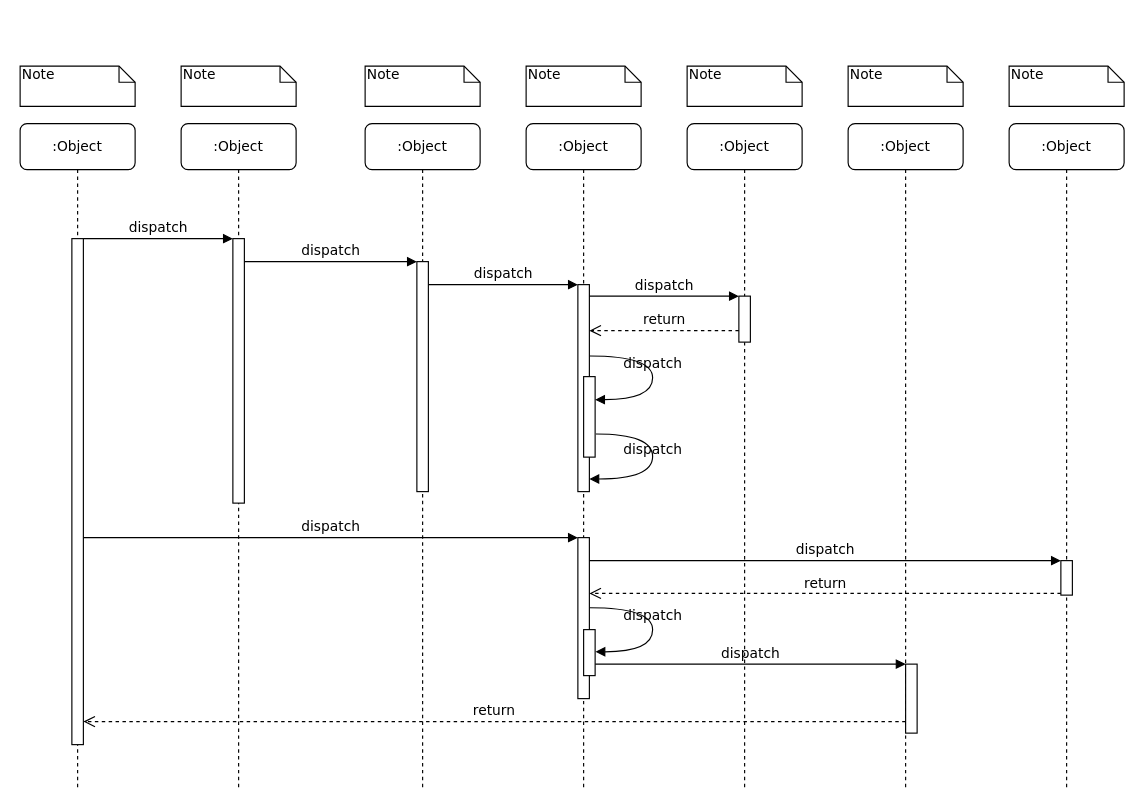
This is page "uml-sequence-diagram" (2 of 2) of sura-ai-document-classification.drawio from rmontecinocleverit/clever-diagrams, a draw.io file, before an edit. Source tidied: cells renumbered, new cells numbered last; positions are measured from the earlier drawing's top-left corner, leaving out a move shared by most shapes. Both pictures are drawn from the tidied source at 115%, with x=0, y=0 at pixel (20, 66).
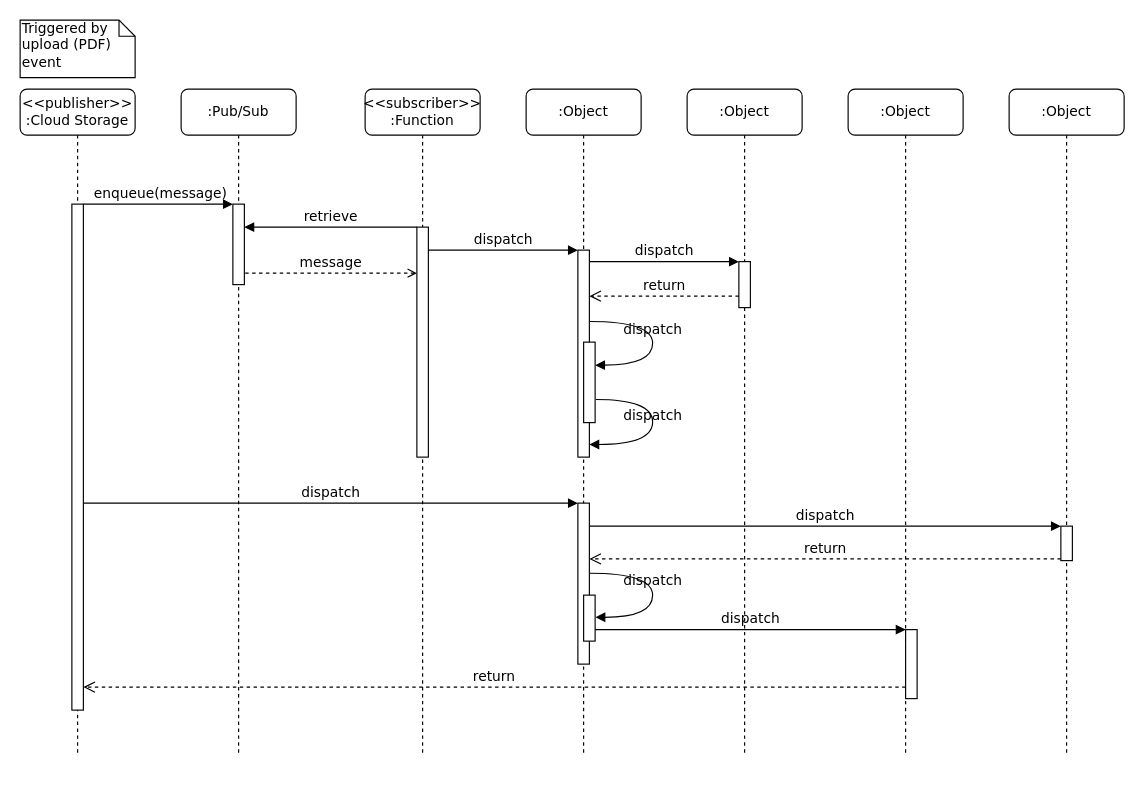
The same page after the edit.

What changed in the source:
```diff
@@
-    <mxCell id="2" value=":Object" style="shape=umlLifeline;perimeter=lifelinePerimeter;whiteSpace=wrap;html=1;rounded=1;shadow=0;comic=0;labelBackgroundColor=none;strokeWidth=1;fontFamily=Verdana;fontSize=12;align=center;" parent="1" vertex="1">
-      <mxGeometry x="140" y="50" width="100" height="580" as="geometry" />
-    </mxCell>
-    <mxCell id="3" style="html=1;points=[];perimeter=orthogonalPerimeter;rounded=0;shadow=0;comic=0;labelBackgroundColor=none;strokeWidth=1;fontFamily=Verdana;fontSize=12;align=center;" parent="2" vertex="1">
-      <mxGeometry x="45" y="100" width="10" height="230" as="geometry" />
-    </mxCell>
-    <mxCell id="4" value=":Object" style="shape=umlLifeline;perimeter=lifelinePerimeter;whiteSpace=wrap;html=1;rounded=1;shadow=0;comic=0;labelBackgroundColor=none;strokeWidth=1;fontFamily=Verdana;fontSize=12;align=center;" parent="1" vertex="1">
-      <mxGeometry x="300" y="50" width="100" height="580" as="geometry" />
-    </mxCell>
+    <mxCell id="39" value=":Pub/Sub" style="shape=umlLifeline;perimeter=lifelinePerimeter;whiteSpace=wrap;html=1;rounded=1;shadow=0;comic=0;labelBackgroundColor=none;strokeWidth=1;fontFamily=Verdana;fontSize=12;align=center;" parent="1" vertex="1">
+      <mxGeometry x="140" y="20" width="100" height="580" as="geometry" />
+    </mxCell>
+    <mxCell id="40" style="html=1;points=[];perimeter=orthogonalPerimeter;rounded=0;shadow=0;comic=0;labelBackgroundColor=none;strokeWidth=1;fontFamily=Verdana;fontSize=12;align=center;" parent="39" vertex="1">
+      <mxGeometry x="45" y="100" width="10" height="70" as="geometry" />
+    </mxCell>
+    <mxCell id="41" value="&amp;lt;&amp;lt;subscriber&amp;gt;&amp;gt;&lt;br&gt;:Function" style="shape=umlLifeline;perimeter=lifelinePerimeter;whiteSpace=wrap;html=1;rounded=1;shadow=0;comic=0;labelBackgroundColor=none;strokeWidth=1;fontFamily=Verdana;fontSize=12;align=center;" parent="1" vertex="1">
+      <mxGeometry x="300" y="20" width="100" height="580" as="geometry" />
+    </mxCell>
-    <mxCell id="5" style="html=1;points=[];perimeter=orthogonalPerimeter;rounded=0;shadow=0;comic=0;labelBackgroundColor=none;strokeWidth=1;fontFamily=Verdana;fontSize=12;align=center;" parent="4" vertex="1">
+    <mxCell id="5" style="html=1;points=[];perimeter=orthogonalPerimeter;rounded=0;shadow=0;comic=0;labelBackgroundColor=none;strokeWidth=1;fontFamily=Verdana;fontSize=12;align=center;" parent="41" vertex="1">
       <mxGeometry x="45" y="120" width="10" height="200" as="geometry" />
     </mxCell>
-    <mxCell id="6" value=":Object" style="shape=umlLifeline;perimeter=lifelinePerimeter;whiteSpace=wrap;html=1;rounded=1;shadow=0;comic=0;labelBackgroundColor=none;strokeWidth=1;fontFamily=Verdana;fontSize=12;align=center;" parent="1" vertex="1">
-      <mxGeometry x="440" y="50" width="100" height="580" as="geometry" />
-    </mxCell>
-    <mxCell id="7" value=":Object" style="shape=umlLifeline;perimeter=lifelinePerimeter;whiteSpace=wrap;html=1;rounded=1;shadow=0;comic=0;labelBackgroundColor=none;strokeWidth=1;fontFamily=Verdana;fontSize=12;align=center;" parent="1" vertex="1">
-      <mxGeometry x="580" y="50" width="100" height="580" as="geometry" />
-    </mxCell>
-    <mxCell id="8" value=":Object" style="shape=umlLifeline;perimeter=lifelinePerimeter;whiteSpace=wrap;html=1;rounded=1;shadow=0;comic=0;labelBackgroundColor=none;strokeWidth=1;fontFamily=Verdana;fontSize=12;align=center;" parent="1" vertex="1">
-      <mxGeometry x="720" y="50" width="100" height="580" as="geometry" />
-    </mxCell>
-    <mxCell id="9" value=":Object" style="shape=umlLifeline;perimeter=lifelinePerimeter;whiteSpace=wrap;html=1;rounded=1;shadow=0;comic=0;labelBackgroundColor=none;strokeWidth=1;fontFamily=Verdana;fontSize=12;align=center;" parent="1" vertex="1">
-      <mxGeometry x="860" y="50" width="100" height="580" as="geometry" />
-    </mxCell>
-    <mxCell id="10" value=":Object" style="shape=umlLifeline;perimeter=lifelinePerimeter;whiteSpace=wrap;html=1;rounded=1;shadow=0;comic=0;labelBackgroundColor=none;strokeWidth=1;fontFamily=Verdana;fontSize=12;align=center;" parent="1" vertex="1">
-      <mxGeometry y="50" width="100" height="580" as="geometry" />
-    </mxCell>
+    <mxCell id="42" value=":Object" style="shape=umlLifeline;perimeter=lifelinePerimeter;whiteSpace=wrap;html=1;rounded=1;shadow=0;comic=0;labelBackgroundColor=none;strokeWidth=1;fontFamily=Verdana;fontSize=12;align=center;" parent="1" vertex="1">
+      <mxGeometry x="440" y="20" width="100" height="580" as="geometry" />
+    </mxCell>
+    <mxCell id="43" value=":Object" style="shape=umlLifeline;perimeter=lifelinePerimeter;whiteSpace=wrap;html=1;rounded=1;shadow=0;comic=0;labelBackgroundColor=none;strokeWidth=1;fontFamily=Verdana;fontSize=12;align=center;" parent="1" vertex="1">
+      <mxGeometry x="580" y="20" width="100" height="580" as="geometry" />
+    </mxCell>
+    <mxCell id="44" value=":Object" style="shape=umlLifeline;perimeter=lifelinePerimeter;whiteSpace=wrap;html=1;rounded=1;shadow=0;comic=0;labelBackgroundColor=none;strokeWidth=1;fontFamily=Verdana;fontSize=12;align=center;" parent="1" vertex="1">
+      <mxGeometry x="720" y="20" width="100" height="580" as="geometry" />
+    </mxCell>
+    <mxCell id="45" value=":Object" style="shape=umlLifeline;perimeter=lifelinePerimeter;whiteSpace=wrap;html=1;rounded=1;shadow=0;comic=0;labelBackgroundColor=none;strokeWidth=1;fontFamily=Verdana;fontSize=12;align=center;" parent="1" vertex="1">
+      <mxGeometry x="860" y="20" width="100" height="580" as="geometry" />
+    </mxCell>
+    <mxCell id="46" value="&amp;lt;&amp;lt;publisher&amp;gt;&amp;gt;&lt;br&gt;:Cloud Storage" style="shape=umlLifeline;perimeter=lifelinePerimeter;whiteSpace=wrap;html=1;rounded=1;shadow=0;comic=0;labelBackgroundColor=none;strokeWidth=1;fontFamily=Verdana;fontSize=12;align=center;" parent="1" vertex="1">
+      <mxGeometry y="20" width="100" height="580" as="geometry" />
+    </mxCell>
-    <mxCell id="11" style="html=1;points=[];perimeter=orthogonalPerimeter;rounded=0;shadow=0;comic=0;labelBackgroundColor=none;strokeWidth=1;fontFamily=Verdana;fontSize=12;align=center;" parent="10" vertex="1">
+    <mxCell id="11" style="html=1;points=[];perimeter=orthogonalPerimeter;rounded=0;shadow=0;comic=0;labelBackgroundColor=none;strokeWidth=1;fontFamily=Verdana;fontSize=12;align=center;" parent="46" vertex="1">
       <mxGeometry x="45" y="100" width="10" height="440" as="geometry" />
     </mxCell>
-    <mxCell id="12" style="html=1;points=[];perimeter=orthogonalPerimeter;rounded=0;shadow=0;comic=0;labelBackgroundColor=none;strokeWidth=1;fontFamily=Verdana;fontSize=12;align=center;" parent="1" vertex="1">
-      <mxGeometry x="485" y="190" width="10" height="180" as="geometry" />
-    </mxCell>
+    <mxCell id="47" style="html=1;points=[];perimeter=orthogonalPerimeter;rounded=0;shadow=0;comic=0;labelBackgroundColor=none;strokeWidth=1;fontFamily=Verdana;fontSize=12;align=center;" parent="1" vertex="1">
+      <mxGeometry x="485" y="160" width="10" height="180" as="geometry" />
+    </mxCell>
-    <mxCell id="13" value="dispatch" style="html=1;verticalAlign=bottom;endArrow=block;labelBackgroundColor=none;fontFamily=Verdana;fontSize=12;edgeStyle=elbowEdgeStyle;elbow=vertical;" parent="1" edge="1" source="5" target="12">
+    <mxCell id="13" value="dispatch" style="html=1;verticalAlign=bottom;endArrow=block;labelBackgroundColor=none;fontFamily=Verdana;fontSize=12;edgeStyle=elbowEdgeStyle;elbow=vertical;" parent="1" edge="1" source="5" target="47">
       <mxGeometry relative="1" as="geometry">
         <Array as="points">
-          <mxPoint x="360" y="190" />
+          <mxPoint x="360" y="160" />
         </Array>
       </mxGeometry>
     </mxCell>
-    <mxCell id="14" style="html=1;points=[];perimeter=orthogonalPerimeter;rounded=0;shadow=0;comic=0;labelBackgroundColor=none;strokeWidth=1;fontFamily=Verdana;fontSize=12;align=center;" parent="1" vertex="1">
-      <mxGeometry x="625" y="200" width="10" height="40" as="geometry" />
-    </mxCell>
-    <mxCell id="15" value="dispatch" style="html=1;verticalAlign=bottom;endArrow=block;entryX=0;entryY=0;labelBackgroundColor=none;fontFamily=Verdana;fontSize=12;edgeStyle=elbowEdgeStyle;elbow=vertical;" parent="1" edge="1" source="12" target="14">
-      <mxGeometry relative="1" as="geometry" />
-    </mxCell>
-    <mxCell id="16" value="return" style="html=1;verticalAlign=bottom;endArrow=open;dashed=1;endSize=8;labelBackgroundColor=none;fontFamily=Verdana;fontSize=12;edgeStyle=elbowEdgeStyle;elbow=vertical;" parent="1" edge="1" source="14" target="12">
-      <mxGeometry relative="1" as="geometry">
-        <Array as="points">
-          <mxPoint x="570" y="230" />
-          <mxPoint x="600" y="230" />
-        </Array>
-      </mxGeometry>
-    </mxCell>
-    <mxCell id="17" style="html=1;points=[];perimeter=orthogonalPerimeter;rounded=0;shadow=0;comic=0;labelBackgroundColor=none;strokeWidth=1;fontFamily=Verdana;fontSize=12;align=center;" parent="1" vertex="1">
-      <mxGeometry x="485" y="410" width="10" height="140" as="geometry" />
-    </mxCell>
-    <mxCell id="18" value="dispatch" style="html=1;verticalAlign=bottom;endArrow=block;entryX=0;entryY=0;labelBackgroundColor=none;fontFamily=Verdana;fontSize=12;" parent="1" edge="1" source="11" target="17">
-      <mxGeometry relative="1" as="geometry" />
-    </mxCell>
-    <mxCell id="19" style="html=1;points=[];perimeter=orthogonalPerimeter;rounded=0;shadow=0;comic=0;labelBackgroundColor=none;strokeColor=#000000;strokeWidth=1;fillColor=#FFFFFF;fontFamily=Verdana;fontSize=12;fontColor=#000000;align=center;" parent="1" vertex="1">
-      <mxGeometry x="905" y="430" width="10" height="30" as="geometry" />
-    </mxCell>
-    <mxCell id="20" value="dispatch" style="html=1;verticalAlign=bottom;endArrow=block;entryX=0;entryY=0;labelBackgroundColor=none;fontFamily=Verdana;fontSize=12;" parent="1" edge="1" source="17" target="19">
-      <mxGeometry relative="1" as="geometry" />
-    </mxCell>
+    <mxCell id="48" style="html=1;points=[];perimeter=orthogonalPerimeter;rounded=0;shadow=0;comic=0;labelBackgroundColor=none;strokeWidth=1;fontFamily=Verdana;fontSize=12;align=center;" parent="1" vertex="1">
+      <mxGeometry x="625" y="170" width="10" height="40" as="geometry" />
+    </mxCell>
+    <mxCell id="49" value="dispatch" style="html=1;verticalAlign=bottom;endArrow=block;entryX=0;entryY=0;labelBackgroundColor=none;fontFamily=Verdana;fontSize=12;edgeStyle=elbowEdgeStyle;elbow=vertical;" parent="1" edge="1" source="47" target="48">
+      <mxGeometry relative="1" as="geometry" />
+    </mxCell>
+    <mxCell id="50" value="return" style="html=1;verticalAlign=bottom;endArrow=open;dashed=1;endSize=8;labelBackgroundColor=none;fontFamily=Verdana;fontSize=12;edgeStyle=elbowEdgeStyle;elbow=vertical;" parent="1" edge="1" source="48" target="47">
+      <mxGeometry relative="1" as="geometry">
+        <Array as="points">
+          <mxPoint x="570" y="200" />
+          <mxPoint x="600" y="200" />
+        </Array>
+      </mxGeometry>
+    </mxCell>
+    <mxCell id="51" style="html=1;points=[];perimeter=orthogonalPerimeter;rounded=0;shadow=0;comic=0;labelBackgroundColor=none;strokeWidth=1;fontFamily=Verdana;fontSize=12;align=center;" parent="1" vertex="1">
+      <mxGeometry x="485" y="380" width="10" height="140" as="geometry" />
+    </mxCell>
+    <mxCell id="52" value="dispatch" style="html=1;verticalAlign=bottom;endArrow=block;entryX=0;entryY=0;labelBackgroundColor=none;fontFamily=Verdana;fontSize=12;" parent="1" edge="1" source="11" target="51">
+      <mxGeometry relative="1" as="geometry" />
+    </mxCell>
+    <mxCell id="53" style="html=1;points=[];perimeter=orthogonalPerimeter;rounded=0;shadow=0;comic=0;labelBackgroundColor=none;strokeColor=#000000;strokeWidth=1;fillColor=#FFFFFF;fontFamily=Verdana;fontSize=12;fontColor=#000000;align=center;" parent="1" vertex="1">
+      <mxGeometry x="905" y="400" width="10" height="30" as="geometry" />
+    </mxCell>
+    <mxCell id="54" value="dispatch" style="html=1;verticalAlign=bottom;endArrow=block;entryX=0;entryY=0;labelBackgroundColor=none;fontFamily=Verdana;fontSize=12;" parent="1" edge="1" source="51" target="53">
+      <mxGeometry relative="1" as="geometry" />
+    </mxCell>
-    <mxCell id="21" value="return" style="html=1;verticalAlign=bottom;endArrow=open;dashed=1;endSize=8;exitX=0;exitY=0.95;labelBackgroundColor=none;fontFamily=Verdana;fontSize=12;" parent="1" edge="1" source="19" target="17">
+    <mxCell id="21" value="return" style="html=1;verticalAlign=bottom;endArrow=open;dashed=1;endSize=8;exitX=0;exitY=0.95;labelBackgroundColor=none;fontFamily=Verdana;fontSize=12;" parent="1" edge="1" source="53" target="51">
       <mxGeometry relative="1" as="geometry" />
     </mxCell>
-    <mxCell id="22" style="html=1;points=[];perimeter=orthogonalPerimeter;rounded=0;shadow=0;comic=0;labelBackgroundColor=none;strokeWidth=1;fontFamily=Verdana;fontSize=12;align=center;" parent="1" vertex="1">
-      <mxGeometry x="770" y="520" width="10" height="60" as="geometry" />
-    </mxCell>
-    <mxCell id="23" value="dispatch" style="html=1;verticalAlign=bottom;endArrow=block;entryX=0;entryY=0;labelBackgroundColor=none;fontFamily=Verdana;fontSize=12;edgeStyle=elbowEdgeStyle;elbow=vertical;" parent="1" edge="1" source="30" target="22">
-      <mxGeometry relative="1" as="geometry" />
-    </mxCell>
-    <mxCell id="24" value="return" style="html=1;verticalAlign=bottom;endArrow=open;dashed=1;endSize=8;labelBackgroundColor=none;fontFamily=Verdana;fontSize=12;edgeStyle=elbowEdgeStyle;elbow=vertical;" parent="1" edge="1" source="22" target="11">
-      <mxGeometry relative="1" as="geometry">
-        <Array as="points">
-          <mxPoint x="470" y="570" />
-        </Array>
-      </mxGeometry>
-    </mxCell>
-    <mxCell id="25" value="dispatch" style="html=1;verticalAlign=bottom;endArrow=block;entryX=0;entryY=0;labelBackgroundColor=none;fontFamily=Verdana;fontSize=12;edgeStyle=elbowEdgeStyle;elbow=vertical;" parent="1" edge="1" source="11" target="3">
-      <mxGeometry relative="1" as="geometry" />
-    </mxCell>
-    <mxCell id="26" value="dispatch" style="html=1;verticalAlign=bottom;endArrow=block;entryX=0;entryY=0;labelBackgroundColor=none;fontFamily=Verdana;fontSize=12;edgeStyle=elbowEdgeStyle;elbow=vertical;" parent="1" edge="1" source="3" target="5">
-      <mxGeometry relative="1" as="geometry" />
-    </mxCell>
-    <mxCell id="27" style="html=1;points=[];perimeter=orthogonalPerimeter;rounded=0;shadow=0;comic=0;labelBackgroundColor=none;strokeWidth=1;fontFamily=Verdana;fontSize=12;align=center;" parent="1" vertex="1">
-      <mxGeometry x="490" y="270" width="10" height="70" as="geometry" />
-    </mxCell>
-    <mxCell id="28" value="dispatch" style="html=1;verticalAlign=bottom;endArrow=block;labelBackgroundColor=none;fontFamily=Verdana;fontSize=12;elbow=vertical;edgeStyle=orthogonalEdgeStyle;curved=1;entryX=1;entryY=0.286;entryPerimeter=0;exitX=1.038;exitY=0.345;exitPerimeter=0;" parent="1" edge="1" source="12" target="27">
-      <mxGeometry relative="1" as="geometry">
-        <Array as="points">
-          <mxPoint x="550" y="252" />
-          <mxPoint x="550" y="290" />
-        </Array>
-      </mxGeometry>
-    </mxCell>
+    <mxCell id="55" style="html=1;points=[];perimeter=orthogonalPerimeter;rounded=0;shadow=0;comic=0;labelBackgroundColor=none;strokeWidth=1;fontFamily=Verdana;fontSize=12;align=center;" parent="1" vertex="1">
+      <mxGeometry x="770" y="490" width="10" height="60" as="geometry" />
+    </mxCell>
+    <mxCell id="56" value="dispatch" style="html=1;verticalAlign=bottom;endArrow=block;entryX=0;entryY=0;labelBackgroundColor=none;fontFamily=Verdana;fontSize=12;edgeStyle=elbowEdgeStyle;elbow=vertical;" parent="1" edge="1" source="62" target="55">
+      <mxGeometry relative="1" as="geometry" />
+    </mxCell>
+    <mxCell id="57" value="return" style="html=1;verticalAlign=bottom;endArrow=open;dashed=1;endSize=8;labelBackgroundColor=none;fontFamily=Verdana;fontSize=12;edgeStyle=elbowEdgeStyle;elbow=vertical;" parent="1" edge="1" source="55" target="11">
+      <mxGeometry relative="1" as="geometry">
+        <Array as="points">
+          <mxPoint x="470" y="540" />
+        </Array>
+      </mxGeometry>
+    </mxCell>
+    <mxCell id="58" value="&amp;nbsp;enqueue(message)" style="html=1;verticalAlign=bottom;endArrow=block;entryX=0;entryY=0;labelBackgroundColor=none;fontFamily=Verdana;fontSize=12;edgeStyle=elbowEdgeStyle;elbow=vertical;" parent="1" edge="1" source="11" target="40">
+      <mxGeometry relative="1" as="geometry" />
+    </mxCell>
+    <mxCell id="59" value="retrieve" style="html=1;verticalAlign=bottom;endArrow=none;entryX=0;entryY=0;labelBackgroundColor=none;fontFamily=Verdana;fontSize=12;edgeStyle=elbowEdgeStyle;elbow=vertical;startArrow=block;startFill=1;endFill=0;" parent="1" edge="1" source="40" target="5">
+      <mxGeometry relative="1" as="geometry" />
+    </mxCell>
+    <mxCell id="60" style="html=1;points=[];perimeter=orthogonalPerimeter;rounded=0;shadow=0;comic=0;labelBackgroundColor=none;strokeWidth=1;fontFamily=Verdana;fontSize=12;align=center;" parent="1" vertex="1">
+      <mxGeometry x="490" y="240" width="10" height="70" as="geometry" />
+    </mxCell>
+    <mxCell id="61" value="dispatch" style="html=1;verticalAlign=bottom;endArrow=block;labelBackgroundColor=none;fontFamily=Verdana;fontSize=12;elbow=vertical;edgeStyle=orthogonalEdgeStyle;curved=1;entryX=1;entryY=0.286;entryPerimeter=0;exitX=1.038;exitY=0.345;exitPerimeter=0;" parent="1" edge="1" source="47" target="60">
+      <mxGeometry relative="1" as="geometry">
+        <Array as="points">
+          <mxPoint x="550" y="222" />
+          <mxPoint x="550" y="260" />
+        </Array>
+      </mxGeometry>
+    </mxCell>
-    <mxCell id="29" value="dispatch" style="html=1;verticalAlign=bottom;endArrow=block;labelBackgroundColor=none;fontFamily=Verdana;fontSize=12;elbow=vertical;edgeStyle=orthogonalEdgeStyle;curved=1;exitX=1.066;exitY=0.713;exitPerimeter=0;" parent="1" edge="1" source="27">
+    <mxCell id="29" value="dispatch" style="html=1;verticalAlign=bottom;endArrow=block;labelBackgroundColor=none;fontFamily=Verdana;fontSize=12;elbow=vertical;edgeStyle=orthogonalEdgeStyle;curved=1;exitX=1.066;exitY=0.713;exitPerimeter=0;" parent="1" edge="1" source="60">
       <mxGeometry relative="1" as="geometry">
-        <mxPoint x="495" y="359" as="targetPoint" />
+        <mxPoint x="495" y="329" as="targetPoint" />
         <Array as="points">
-          <mxPoint x="550" y="320" />
-          <mxPoint x="550" y="359" />
+          <mxPoint x="550" y="290" />
+          <mxPoint x="550" y="329" />
         </Array>
       </mxGeometry>
     </mxCell>
-    <mxCell id="30" style="html=1;points=[];perimeter=orthogonalPerimeter;rounded=0;shadow=0;comic=0;labelBackgroundColor=none;strokeWidth=1;fontFamily=Verdana;fontSize=12;align=center;" parent="1" vertex="1">
-      <mxGeometry x="490" y="490" width="10" height="40" as="geometry" />
-    </mxCell>
-    <mxCell id="31" value="dispatch" style="html=1;verticalAlign=bottom;endArrow=block;labelBackgroundColor=none;fontFamily=Verdana;fontSize=12;elbow=vertical;edgeStyle=orthogonalEdgeStyle;curved=1;entryX=1;entryY=0.286;entryPerimeter=0;exitX=1.038;exitY=0.345;exitPerimeter=0;" parent="1" edge="1">
-      <mxGeometry relative="1" as="geometry">
-        <mxPoint x="495.3" y="471" as="sourcePoint" />
-        <mxPoint x="500.3" y="509.3" as="targetPoint" />
-        <Array as="points">
-          <mxPoint x="550" y="471" />
-          <mxPoint x="550" y="509" />
-        </Array>
-      </mxGeometry>
-    </mxCell>
-    <mxCell id="32" value="Note" style="shape=note;whiteSpace=wrap;html=1;size=14;verticalAlign=top;align=left;spacingTop=-6;rounded=0;shadow=0;comic=0;labelBackgroundColor=none;strokeWidth=1;fontFamily=Verdana;fontSize=12;" parent="1" vertex="1">
-      <mxGeometry width="100" height="35" as="geometry" />
-    </mxCell>
-    <mxCell id="33" value="Note" style="shape=note;whiteSpace=wrap;html=1;size=14;verticalAlign=top;align=left;spacingTop=-6;rounded=0;shadow=0;comic=0;labelBackgroundColor=none;strokeWidth=1;fontFamily=Verdana;fontSize=12;" parent="1" vertex="1">
-      <mxGeometry x="140" width="100" height="35" as="geometry" />
-    </mxCell>
-    <mxCell id="34" value="Note" style="shape=note;whiteSpace=wrap;html=1;size=14;verticalAlign=top;align=left;spacingTop=-6;rounded=0;shadow=0;comic=0;labelBackgroundColor=none;strokeWidth=1;fontFamily=Verdana;fontSize=12;" parent="1" vertex="1">
-      <mxGeometry x="300" width="100" height="35" as="geometry" />
-    </mxCell>
-    <mxCell id="35" value="Note" style="shape=note;whiteSpace=wrap;html=1;size=14;verticalAlign=top;align=left;spacingTop=-6;rounded=0;shadow=0;comic=0;labelBackgroundColor=none;strokeWidth=1;fontFamily=Verdana;fontSize=12;" parent="1" vertex="1">
-      <mxGeometry x="440" width="100" height="35" as="geometry" />
-    </mxCell>
-    <mxCell id="36" value="Note" style="shape=note;whiteSpace=wrap;html=1;size=14;verticalAlign=top;align=left;spacingTop=-6;rounded=0;shadow=0;comic=0;labelBackgroundColor=none;strokeWidth=1;fontFamily=Verdana;fontSize=12;" parent="1" vertex="1">
-      <mxGeometry x="580" width="100" height="35" as="geometry" />
-    </mxCell>
-    <mxCell id="37" value="Note" style="shape=note;whiteSpace=wrap;html=1;size=14;verticalAlign=top;align=left;spacingTop=-6;rounded=0;shadow=0;comic=0;labelBackgroundColor=none;strokeWidth=1;fontFamily=Verdana;fontSize=12;" parent="1" vertex="1">
-      <mxGeometry x="720" width="100" height="35" as="geometry" />
-    </mxCell>
-    <mxCell id="38" value="Note" style="shape=note;whiteSpace=wrap;html=1;size=14;verticalAlign=top;align=left;spacingTop=-6;rounded=0;shadow=0;comic=0;labelBackgroundColor=none;strokeWidth=1;fontFamily=Verdana;fontSize=12;" parent="1" vertex="1">
-      <mxGeometry x="860" width="100" height="35" as="geometry" />
-    </mxCell>
+    <mxCell id="62" style="html=1;points=[];perimeter=orthogonalPerimeter;rounded=0;shadow=0;comic=0;labelBackgroundColor=none;strokeWidth=1;fontFamily=Verdana;fontSize=12;align=center;" parent="1" vertex="1">
+      <mxGeometry x="490" y="460" width="10" height="40" as="geometry" />
+    </mxCell>
+    <mxCell id="63" value="dispatch" style="html=1;verticalAlign=bottom;endArrow=block;labelBackgroundColor=none;fontFamily=Verdana;fontSize=12;elbow=vertical;edgeStyle=orthogonalEdgeStyle;curved=1;entryX=1;entryY=0.286;entryPerimeter=0;exitX=1.038;exitY=0.345;exitPerimeter=0;" parent="1" edge="1">
+      <mxGeometry relative="1" as="geometry">
+        <mxPoint x="495.3" y="441" as="sourcePoint" />
+        <mxPoint x="500.3" y="479.3" as="targetPoint" />
+        <Array as="points">
+          <mxPoint x="550" y="441" />
+          <mxPoint x="550" y="479" />
+        </Array>
+      </mxGeometry>
+    </mxCell>
+    <mxCell id="64" value="Triggered by upload (PDF) event" style="shape=note;whiteSpace=wrap;html=1;size=14;verticalAlign=top;align=left;spacingTop=-6;rounded=0;shadow=0;comic=0;labelBackgroundColor=none;strokeWidth=1;fontFamily=Verdana;fontSize=12;" parent="1" vertex="1">
+      <mxGeometry y="-40" width="100" height="50" as="geometry" />
+    </mxCell>
+    <mxCell id="65" value="message" style="html=1;verticalAlign=bottom;endArrow=none;dashed=1;endSize=8;labelBackgroundColor=none;fontFamily=Verdana;fontSize=12;edgeStyle=elbowEdgeStyle;elbow=vertical;entryX=1;entryY=0.843;entryDx=0;entryDy=0;entryPerimeter=0;startArrow=open;startFill=0;endFill=0;" parent="1" edge="1" source="5" target="40">
+      <mxGeometry relative="1" as="geometry">
+        <Array as="points">
+          <mxPoint x="285" y="180" />
+          <mxPoint x="315" y="180" />
+        </Array>
+      </mxGeometry>
+    </mxCell>
```
